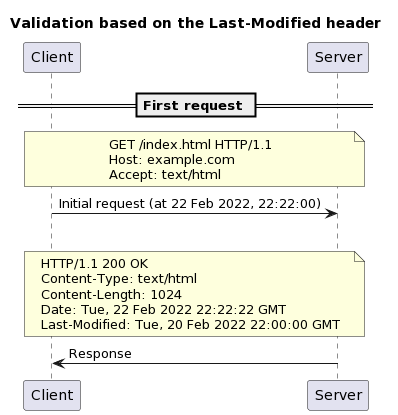
Before: 23-caching-and-performance/images/validation-model-based-on-the-last-modified-header-part-1.png, a diagram exported from PlantUML (heig-vd-dai-course/heig-vd-dai-course).
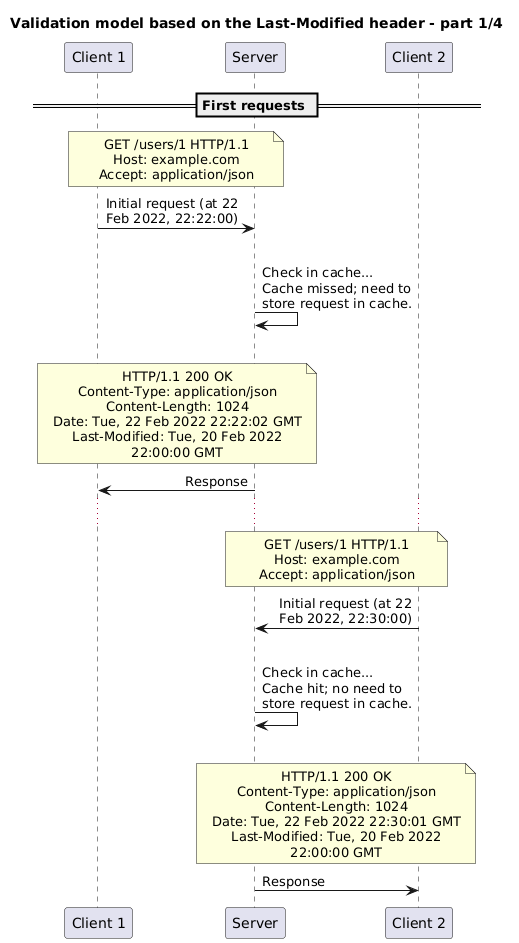
After the commit.

Change to the diagram source:
```diff
@@ -1,26 +1,61 @@
 @startuml
-title "Validation based on the Last-Modified header"
+skinparam boxPadding 100
+skinparam maxMessageSize 150
+skinparam noteTextAlignment center
+skinparam sequenceMessageAlign direction
+skinparam wrapWidth 250
 
-participant Client
-participant Server
+title "Validation model based on the Last-Modified header - part 1/4"
 
-== First request ==
+participant "Client 1" as client1
+participant "Server" as server
+participant "Client 2" as client2
 
-note over Client, Server
-GET /index.html HTTP/1.1
+== First requests ==
+
+note over client1, server
+GET /users/1 HTTP/1.1
 Host: example.com
-Accept: text/html
+Accept: application/json
 end note
-Client -> Server: Initial request (at 22 Feb 2022, 22:22:00)
+client1 -> server: Initial request (at 22 Feb 2022, 22:22:00)
 
 |||
 
-note over Client, Server
+server -> server: Check in cache...\nCache missed; need to store request in cache.
+
+|||
+
+note over client1, server
 HTTP/1.1 200 OK
-Content-Type: text/html
+Content-Type: application/json
 Content-Length: 1024
-Date: Tue, 22 Feb 2022 22:22:22 GMT
+Date: Tue, 22 Feb 2022 22:22:02 GMT
 Last-Modified: Tue, 20 Feb 2022 22:00:00 GMT
 end note
-Server -> Client: Response
+server -> client1: Response
+
+...
+
+note over server, client2
+GET /users/1 HTTP/1.1
+Host: example.com
+Accept: application/json
+end note
+server <- client2: Initial request (at 22 Feb 2022, 22:30:00)
+
+|||
+
+server -> server: Check in cache...\nCache hit; no need to store request in cache.
+
+|||
+
+note over server, client2
+HTTP/1.1 200 OK
+Content-Type: application/json
+Content-Length: 1024
+Date: Tue, 22 Feb 2022 22:30:01 GMT
+Last-Modified: Tue, 20 Feb 2022 22:00:00 GMT
+end note
+server -> client2: Response
 @enduml
```
